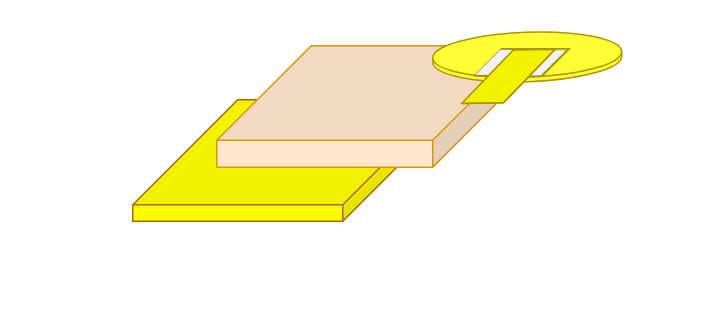
Before: cmpa.drawio in athulSat/Layered-diagram, a draw.io diagram. Source tidied: cells renumbered, new cells numbered last; positions are measured from the earlier drawing's top-left corner, leaving out a move shared by most shapes. Both pictures are drawn from the tidied source at 150%, with x=0, y=0 at pixel (132, 32).
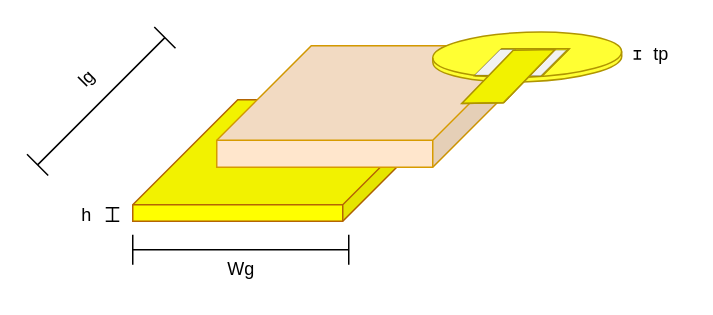
After the change.

What changed in the source:
```diff
@@
 <mxGraphModel>
   <root>
     <mxCell id="0" />
     <mxCell id="1" parent="0" />
+    <mxCell id="12" style="shape=crossbar;whiteSpace=wrap;html=1;rounded=1;rotation=-45;" parent="1" vertex="1">
+      <mxGeometry x="-81" y="36" width="120" height="20" as="geometry" />
+    </mxCell>
+    <mxCell id="13" value="lg" style="text;html=1;align=center;verticalAlign=middle;strokeColor=none;fillColor=none;rotation=-45;" parent="1" vertex="1">
+      <mxGeometry x="-45" y="18" width="27" height="27" as="geometry" />
+    </mxCell>
+    <mxCell id="14" style="shape=crossbar;whiteSpace=wrap;html=1;rounded=1;" parent="1" vertex="1">
+      <mxGeometry y="135" width="144" height="20" as="geometry" />
+    </mxCell>
+    <mxCell id="15" value="Wg" style="text;html=1;align=center;verticalAlign=middle;strokeColor=none;fillColor=none;" parent="1" vertex="1">
+      <mxGeometry x="54" y="144" width="36" height="27" as="geometry" />
+    </mxCell>
+    <mxCell id="16" style="shape=crossbar;whiteSpace=wrap;html=1;rounded=1;rotation=-90;" parent="1" vertex="1">
+      <mxGeometry x="-18" y="117" width="9" height="9" as="geometry" />
+    </mxCell>
+    <mxCell id="17" value="h" style="text;html=1;align=center;verticalAlign=middle;strokeColor=none;fillColor=none;" parent="1" vertex="1">
+      <mxGeometry x="-45" y="108" width="27" height="27" as="geometry" />
+    </mxCell>
     <mxCell id="2" parent="0" />
     <mxCell id="3" style="shape=cube;whiteSpace=wrap;html=1;boundedLbl=1;backgroundOutline=1;darkOpacity=0.05;darkOpacity2=0.1;rotation=0;size=70;flipV=0;flipH=1;fillColor=#FFFF00;strokeColor=#b46504;" parent="2" vertex="1">
       <mxGeometry y="45" width="210" height="81" as="geometry" />
     </mxCell>
     <mxCell id="4" parent="0" />
     <mxCell id="5" style="shape=cube;whiteSpace=wrap;html=1;boundedLbl=1;backgroundOutline=1;darkOpacity=0.05;darkOpacity2=0.1;flipV=0;flipH=1;size=63;fillColor=#FFE6CC;strokeColor=#d79b00;" parent="4" vertex="1">
       <mxGeometry x="56" y="9" width="207" height="81" as="geometry" />
     </mxCell>
     <mxCell id="6" parent="0" />
     <mxCell id="7" style="shape=cylinder3;whiteSpace=wrap;html=1;boundedLbl=1;backgroundOutline=1;size=15;rotation=358;flipV=0;flipH=0;fillColor=#FFFF33;fontColor=#000000;strokeColor=#B09500;" parent="6" vertex="1">
       <mxGeometry x="200" width="126" height="33" as="geometry" />
     </mxCell>
     <mxCell id="8" style="shape=cube;whiteSpace=wrap;html=1;boundedLbl=1;backgroundOutline=1;darkOpacity=0.05;darkOpacity2=0.1;flipH=1;size=39;shadow=0;fillColor=#FFFF00;strokeColor=#B09500;fontColor=#000000;" parent="6" vertex="1">
       <mxGeometry x="228" y="11" width="63" height="18" as="geometry" />
     </mxCell>
     <mxCell id="9" style="shape=cube;whiteSpace=wrap;html=1;boundedLbl=1;backgroundOutline=1;darkOpacity=0.05;darkOpacity2=0.1;size=54;flipH=1;strokeWidth=0;flipV=0;direction=west;" parent="6" vertex="1">
       <mxGeometry x="228" y="11.5" width="27" height="17" as="geometry" />
     </mxCell>
     <mxCell id="10" style="shape=cube;whiteSpace=wrap;html=1;boundedLbl=1;backgroundOutline=1;darkOpacity=0.05;darkOpacity2=0.1;size=54;flipH=1;strokeWidth=0;rotation=0;" parent="6" vertex="1">
       <mxGeometry x="260" y="12" width="29" height="17" as="geometry" />
     </mxCell>
     <mxCell id="11" style="shape=cube;whiteSpace=wrap;html=1;boundedLbl=1;backgroundOutline=1;darkOpacity=0.05;darkOpacity2=0.1;flipH=1;size=36;fillColor=#FFFF00;fontColor=#000000;strokeColor=#B09500;flipV=0;rotation=359;" parent="6" vertex="1">
-      <mxGeometry x="219" y="11.9" width="62.9" height="35" as="geometry" />
+      <mxGeometry x="219" y="12" width="62.9" height="35" as="geometry" />
     </mxCell>
+    <mxCell id="18" parent="0" />
+    <mxCell id="19" style="shape=crossbar;whiteSpace=wrap;html=1;rounded=1;rotation=-90;" parent="18" vertex="1">
+      <mxGeometry x="333.6" y="12.6" width="5.6" height="5" as="geometry" />
+    </mxCell>
+    <mxCell id="20" value="tp" style="text;html=1;align=center;verticalAlign=middle;strokeColor=none;fillColor=none;" parent="18" vertex="1">
+      <mxGeometry x="333.6" y="1.6" width="36" height="27" as="geometry" />
+    </mxCell>
   </root>
 </mxGraphModel>
```
